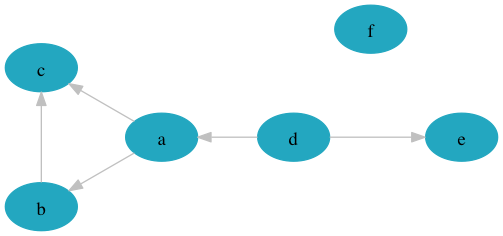
The Graphviz diagram doc/ev.dot.png in sdboyer/gogl, before a commit. Its source is kept beside it as doc/ev.dot.
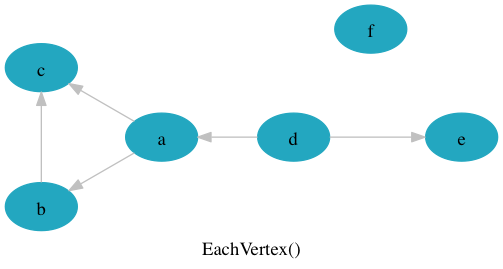
The same diagram one commit later.

Diff of the diagram source:
```diff
@@ -11,4 +11,5 @@
   d [style=filled,color="#23A7C0"];
   e [style=filled,color="#23A7C0"];
   f [style=filled,color="#23A7C0"];
+  label="EachVertex()"
 }
```
